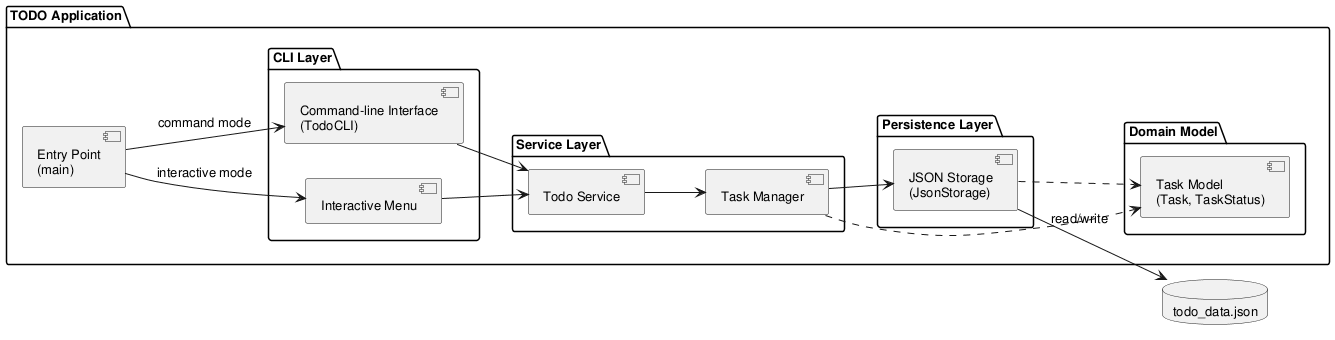
Earlier version of the PlantUML export experiments/supervisor_as_tools/structured_text/TODO/artifacts/component_diagram.png (DanielRiha8906/Software_autoevolution_using_agents). Its diagram source:
```plantuml
@startuml component_diagram

skinparam componentStyle uml2
skinparam defaultFontSize 13

left to right direction

package "TODO Application" {

    component "Entry Point\n(main)" as Main

    package "CLI Layer" {
        component "Interactive Menu" as IM
        component "Command-line Interface\n(TodoCLI)" as CLI
    }

    package "Service Layer" {
        component "Todo Service" as SVC
        component "Task Manager" as MGR
    }

    package "Domain Model" {
        component "Task Model\n(Task, TaskStatus)" as Model
    }

    package "Persistence Layer" {
        component "JSON Storage\n(JsonStorage)" as Storage
    }
}

database "todo_data.json" as DB

Main --> IM : interactive mode
Main --> CLI : command mode

IM --> SVC
CLI --> SVC

SVC --> MGR
MGR --> Storage
MGR ..> Model
Storage ..> Model

Storage --> DB : read/write

@enduml
```
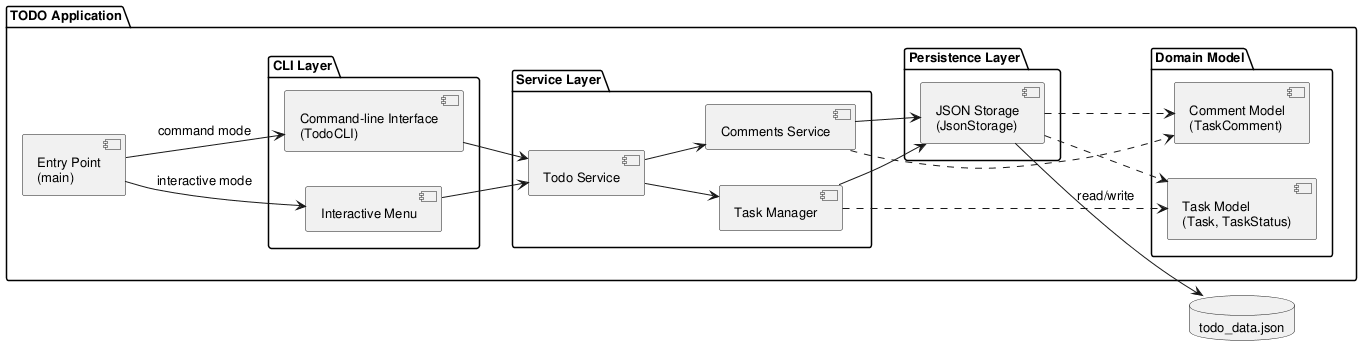
After the change.

Change to the diagram source:
```diff
@@ -17,10 +17,12 @@
     package "Service Layer" {
         component "Todo Service" as SVC
         component "Task Manager" as MGR
+        component "Comments Service" as COM
     }
 
     package "Domain Model" {
         component "Task Model\n(Task, TaskStatus)" as Model
+        component "Comment Model\n(TaskComment)" as CommentModel
     }
 
     package "Persistence Layer" {
@@ -37,9 +39,13 @@
 CLI --> SVC
 
 SVC --> MGR
+SVC --> COM
 MGR --> Storage
 MGR ..> Model
+COM --> Storage
+COM ..> CommentModel
 Storage ..> Model
+Storage ..> CommentModel
 
 Storage --> DB : read/write
 
```
